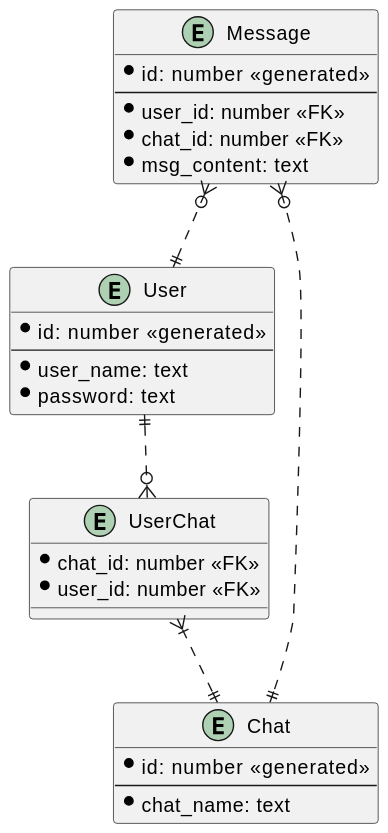
This is docs/diagrams/out/database.svg from strang3nt/Telegraft, a PlantUML export, as it was before one commit. The source it was exported from:
```plantuml
@startuml database
entity User {
  *id: number <<generated>>
  --
  *user_name: text
  *password: text
}

entity Message {
  *id: number <<generated>>
  --
  *user_id: number <<FK>>
  *chat_id: number <<FK>>
  *msg_content: text
}

entity UserChat {
  *chat_id: number <<FK>>
  *user_id: number <<FK>>
}

entity Chat {
  *id: number <<generated>>
  --
  *chat_name: text
}

User ||..o{ UserChat
UserChat }|..|| Chat
Message }o..|| User
Message }o..|| Chat

@enduml
```
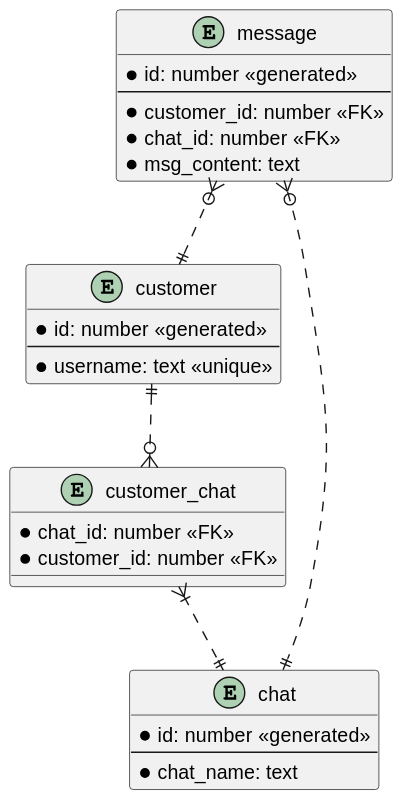
Later version of the same file.

What changed in the source:
```diff
@@ -1,33 +1,32 @@
 @startuml database
-entity User {
+entity customer {
   *id: number <<generated>>
   --
-  *user_name: text
-  *password: text
+  *username: text <<unique>>
 }
 
-entity Message {
+entity message {
   *id: number <<generated>>
   --
-  *user_id: number <<FK>>
+  *customer_id: number <<FK>>
   *chat_id: number <<FK>>
   *msg_content: text
 }
 
-entity UserChat {
+entity customer_chat {
   *chat_id: number <<FK>>
-  *user_id: number <<FK>>
+  *customer_id: number <<FK>>
 }
 
-entity Chat {
+entity chat {
   *id: number <<generated>>
   --
   *chat_name: text
 }
 
-User ||..o{ UserChat
-UserChat }|..|| Chat
-Message }o..|| User
-Message }o..|| Chat
+customer ||..o{ customer_chat
+customer_chat }|..|| chat
+message }o..|| customer
+message }o..|| chat
 
 @enduml
```
